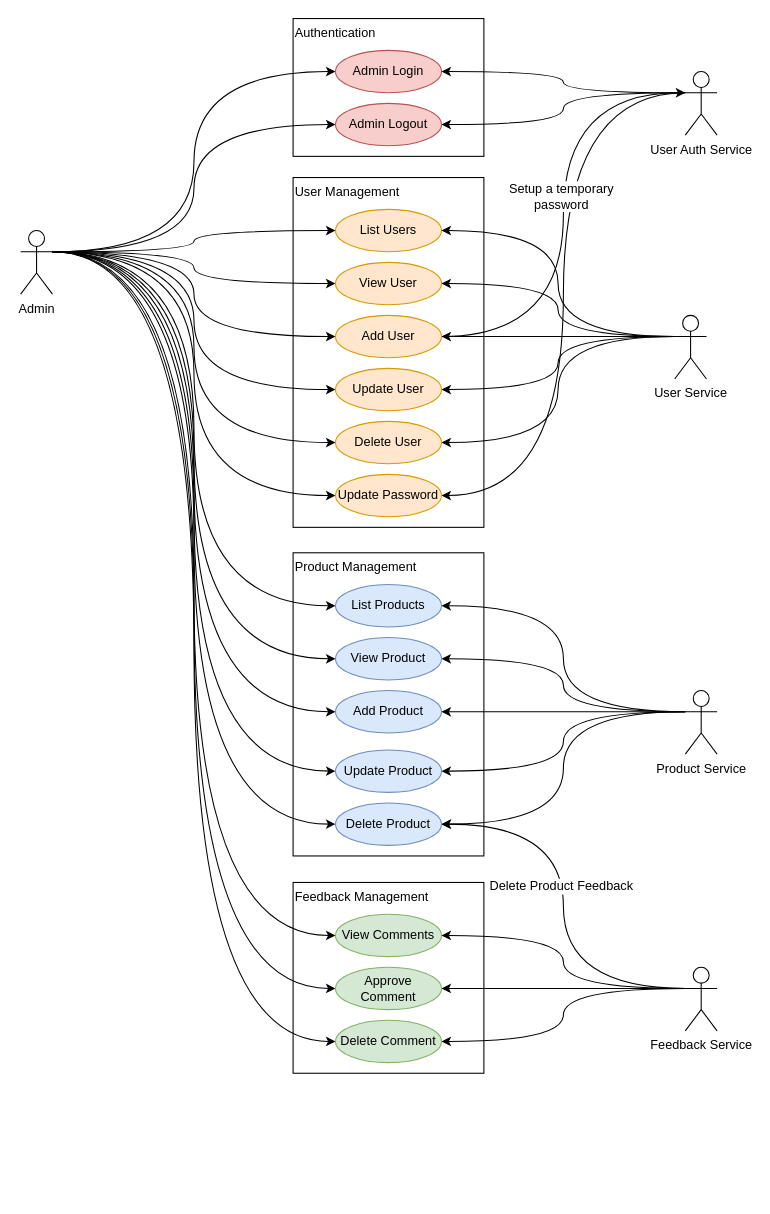
hakdag/NailedOM keeps this draw.io diagram as Designs/nailedom_admin_use_case_v0.1.drawio. Above is the earlier version. Source tidied: cells renumbered, new cells numbered last; positions are measured from the earlier drawing's top-left corner, leaving out a move shared by most shapes. Both pictures are drawn from the tidied source at 106%, with x=0, y=0 at pixel (20, 18).
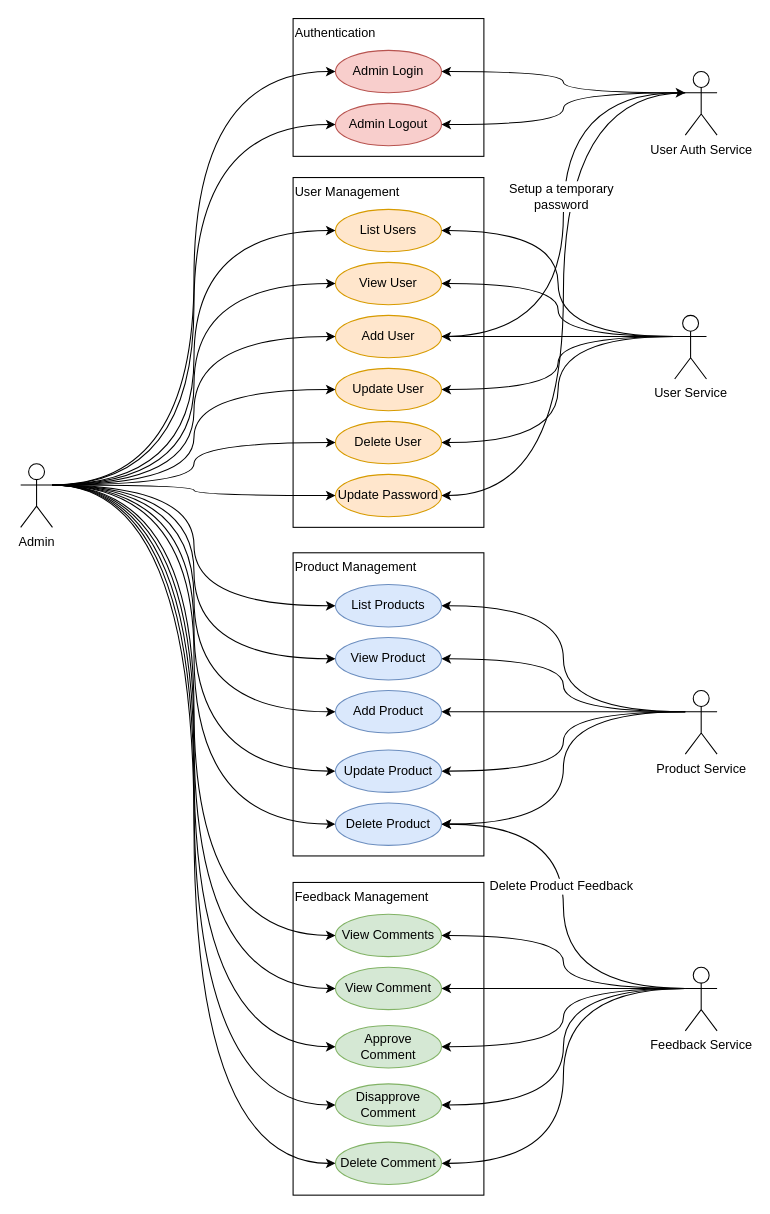
The same diagram, later.

The change refers to these unchanged cells:
```xml
<mxCell id="41" value="Feedback Service" style="shape=umlActor;verticalLabelPosition=bottom;labelBackgroundColor=#ffffff;verticalAlign=top;html=1;outlineConnect=0;" parent="1" vertex="1">
  <mxGeometry x="627" y="895" width="30" height="60" as="geometry" />
</mxCell>
```

Change to the diagram source:
```diff
@@
     <mxCell id="2" value="Feedback Management" style="rounded=0;whiteSpace=wrap;html=1;align=left;verticalAlign=top;" parent="1" vertex="1">
-      <mxGeometry x="257" y="815" width="180" height="180" as="geometry" />
+      <mxGeometry x="257" y="815" width="180" height="295" as="geometry" />
     </mxCell>
@@
+    <mxCell id="63" style="edgeStyle=orthogonalEdgeStyle;jettySize=auto;html=1;exitX=1;exitY=0.3333333333333333;exitDx=0;exitDy=0;exitPerimeter=0;entryX=0;entryY=0.5;entryDx=0;entryDy=0;curved=1;" parent="1" edge="1" source="22" target="67">
+      <mxGeometry relative="1" as="geometry" />
+    </mxCell>
+    <mxCell id="64" style="edgeStyle=orthogonalEdgeStyle;curved=1;jettySize=auto;html=1;exitX=1;exitY=0.3333333333333333;exitDx=0;exitDy=0;exitPerimeter=0;entryX=0;entryY=0.5;entryDx=0;entryDy=0;" parent="1" edge="1" source="22" target="68">
+      <mxGeometry relative="1" as="geometry" />
+    </mxCell>
     <mxCell id="22" value="Admin&lt;br&gt;" style="shape=umlActor;verticalLabelPosition=bottom;labelBackgroundColor=#ffffff;verticalAlign=top;html=1;outlineConnect=0;" parent="1" vertex="1">
-      <mxGeometry y="200" width="30" height="60" as="geometry" />
+      <mxGeometry y="420" width="30" height="60" as="geometry" />
     </mxCell>
@@
+    <mxCell id="65" style="edgeStyle=orthogonalEdgeStyle;curved=1;jettySize=auto;html=1;exitX=0;exitY=0.3333333333333333;exitDx=0;exitDy=0;exitPerimeter=0;entryX=1;entryY=0.5;entryDx=0;entryDy=0;" parent="1" edge="1" source="41" target="67">
+      <mxGeometry relative="1" as="geometry" />
+    </mxCell>
+    <mxCell id="66" style="edgeStyle=orthogonalEdgeStyle;curved=1;jettySize=auto;html=1;exitX=0;exitY=0.3333333333333333;exitDx=0;exitDy=0;exitPerimeter=0;entryX=1;entryY=0.5;entryDx=0;entryDy=0;" parent="1" edge="1" source="41" target="68">
+      <mxGeometry relative="1" as="geometry" />
+    </mxCell>
@@
     <mxCell id="42" value="Approve Comment" style="ellipse;whiteSpace=wrap;html=1;fillColor=#d5e8d4;strokeColor=#82b366;" parent="1" vertex="1">
-      <mxGeometry x="297" y="895" width="100" height="40" as="geometry" />
+      <mxGeometry x="297" y="950" width="100" height="40" as="geometry" />
     </mxCell>
     <mxCell id="43" value="Delete Comment" style="ellipse;whiteSpace=wrap;html=1;fillColor=#d5e8d4;strokeColor=#82b366;" parent="1" vertex="1">
-      <mxGeometry x="297" y="945" width="100" height="40" as="geometry" />
+      <mxGeometry x="297" y="1060" width="100" height="40" as="geometry" />
     </mxCell>
@@
+    <mxCell id="67" value="View Comment" style="ellipse;whiteSpace=wrap;html=1;fillColor=#d5e8d4;strokeColor=#82b366;" parent="1" vertex="1">
+      <mxGeometry x="297" y="895" width="100" height="40" as="geometry" />
+    </mxCell>
+    <mxCell id="68" value="Disapprove Comment" style="ellipse;whiteSpace=wrap;html=1;fillColor=#d5e8d4;strokeColor=#82b366;" parent="1" vertex="1">
+      <mxGeometry x="297" y="1005" width="100" height="40" as="geometry" />
+    </mxCell>
```
